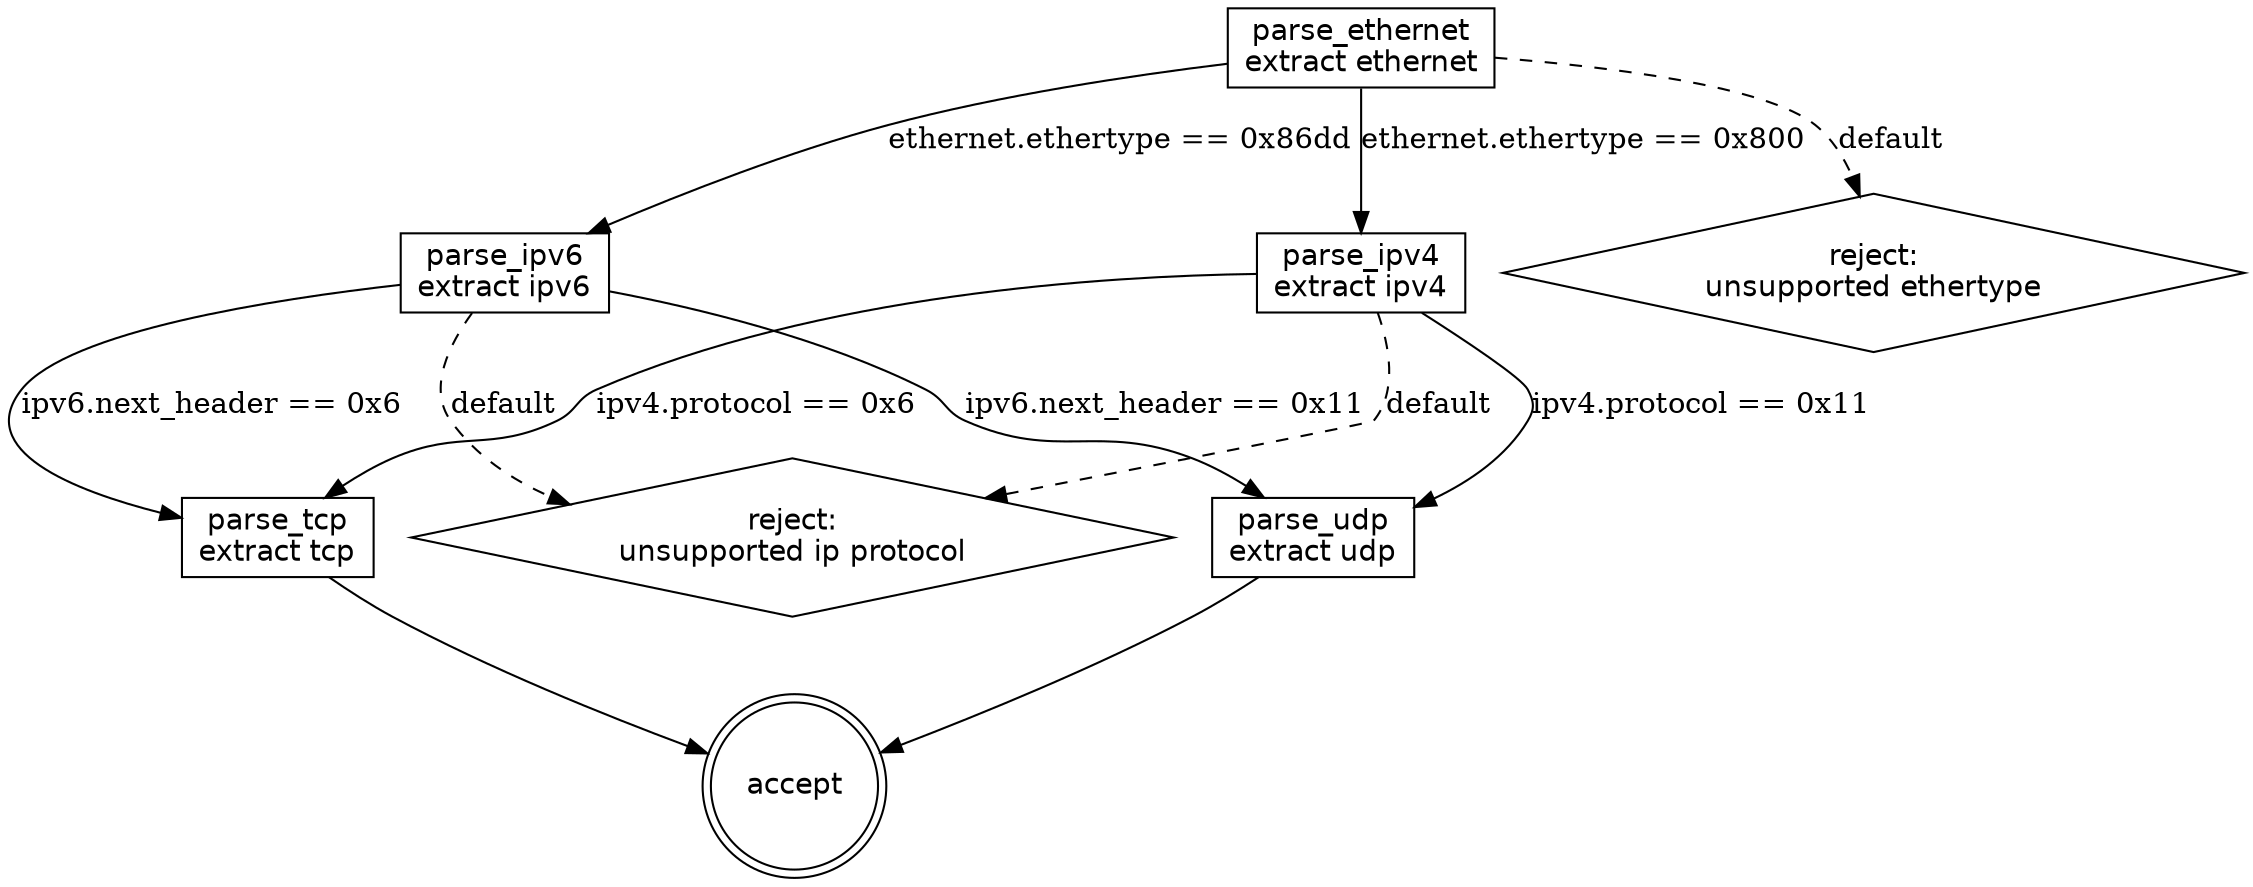
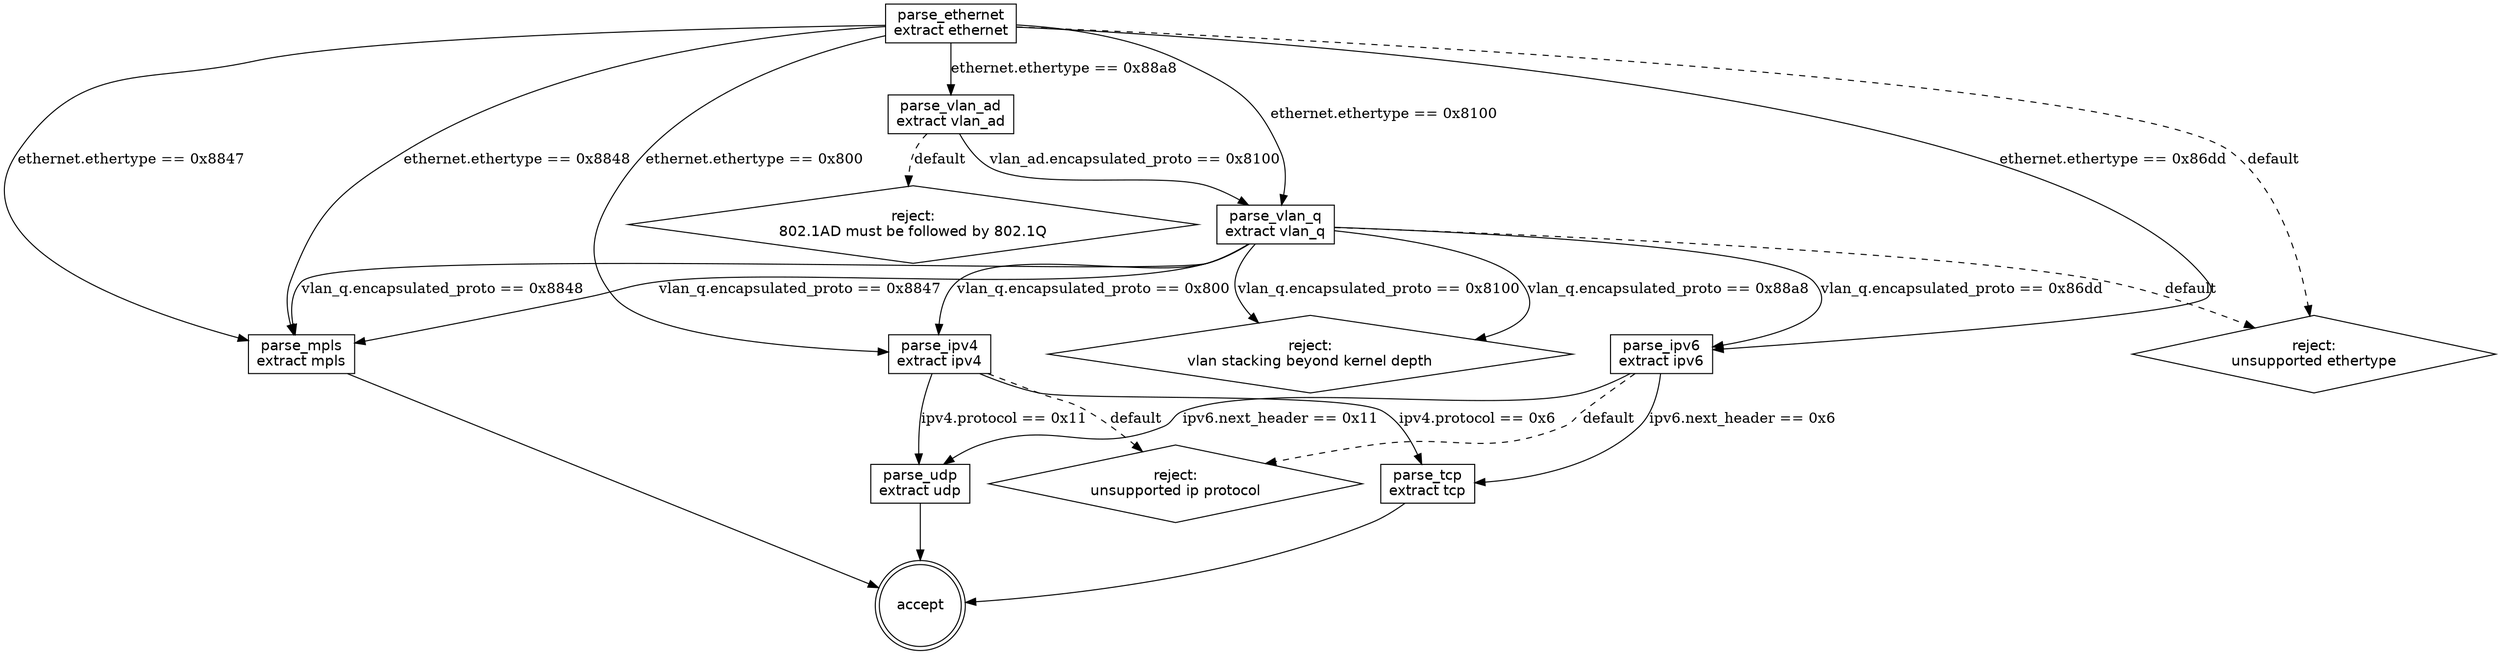
digraph "linux_flow_dissector" {
  rankdir=TB;
  node [fontname="Helvetica"];
  "parse_ethernet" [shape=box, label="parse_ethernet\nextract ethernet"];
+   "parse_vlan_ad" [shape=box, label="parse_vlan_ad\nextract vlan_ad"];
+   "parse_vlan_q" [shape=box, label="parse_vlan_q\nextract vlan_q"];
  "parse_ipv4" [shape=box, label="parse_ipv4\nextract ipv4"];
  "parse_ipv6" [shape=box, label="parse_ipv6\nextract ipv6"];
+   "parse_mpls" [shape=box, label="parse_mpls\nextract mpls"];
  "parse_tcp" [shape=box, label="parse_tcp\nextract tcp"];
  "parse_udp" [shape=box, label="parse_udp\nextract udp"];
  "accept" [shape=doublecircle];
  "reject_0" [shape=diamond, label="reject:\nunsupported ethertype"];
-   "reject_1" [shape=diamond, label="reject:\nunsupported ip protocol"];
+   "reject_1" [shape=diamond, label="reject:\n802.1AD must be followed by 802.1Q"];
+   "reject_2" [shape=diamond, label="reject:\nvlan stacking beyond kernel depth"];
+   "reject_3" [shape=diamond, label="reject:\nunsupported ip protocol"];
  "parse_ethernet" -> "parse_ipv4" [label="ethernet.ethertype == 0x800"];
  "parse_ethernet" -> "parse_ipv6" [label="ethernet.ethertype == 0x86dd"];
+   "parse_ethernet" -> "parse_vlan_q" [label="ethernet.ethertype == 0x8100"];
+   "parse_ethernet" -> "parse_vlan_ad" [label="ethernet.ethertype == 0x88a8"];
+   "parse_ethernet" -> "parse_mpls" [label="ethernet.ethertype == 0x8847"];
+   "parse_ethernet" -> "parse_mpls" [label="ethernet.ethertype == 0x8848"];
  "parse_ethernet" -> "reject_0" [label="default", style=dashed];
+   "parse_vlan_ad" -> "parse_vlan_q" [label="vlan_ad.encapsulated_proto == 0x8100"];
+   "parse_vlan_ad" -> "reject_1" [label="default", style=dashed];
+   "parse_vlan_q" -> "parse_ipv4" [label="vlan_q.encapsulated_proto == 0x800"];
+   "parse_vlan_q" -> "parse_ipv6" [label="vlan_q.encapsulated_proto == 0x86dd"];
+   "parse_vlan_q" -> "parse_mpls" [label="vlan_q.encapsulated_proto == 0x8847"];
+   "parse_vlan_q" -> "parse_mpls" [label="vlan_q.encapsulated_proto == 0x8848"];
+   "parse_vlan_q" -> "reject_2" [label="vlan_q.encapsulated_proto == 0x8100"];
+   "parse_vlan_q" -> "reject_2" [label="vlan_q.encapsulated_proto == 0x88a8"];
+   "parse_vlan_q" -> "reject_0" [label="default", style=dashed];
  "parse_ipv4" -> "parse_tcp" [label="ipv4.protocol == 0x6"];
  "parse_ipv4" -> "parse_udp" [label="ipv4.protocol == 0x11"];
-   "parse_ipv4" -> "reject_1" [label="default", style=dashed];
+   "parse_ipv4" -> "reject_3" [label="default", style=dashed];
  "parse_ipv6" -> "parse_tcp" [label="ipv6.next_header == 0x6"];
  "parse_ipv6" -> "parse_udp" [label="ipv6.next_header == 0x11"];
-   "parse_ipv6" -> "reject_1" [label="default", style=dashed];
+   "parse_ipv6" -> "reject_3" [label="default", style=dashed];
+   "parse_mpls" -> "accept";
  "parse_tcp" -> "accept";
  "parse_udp" -> "accept";
}
